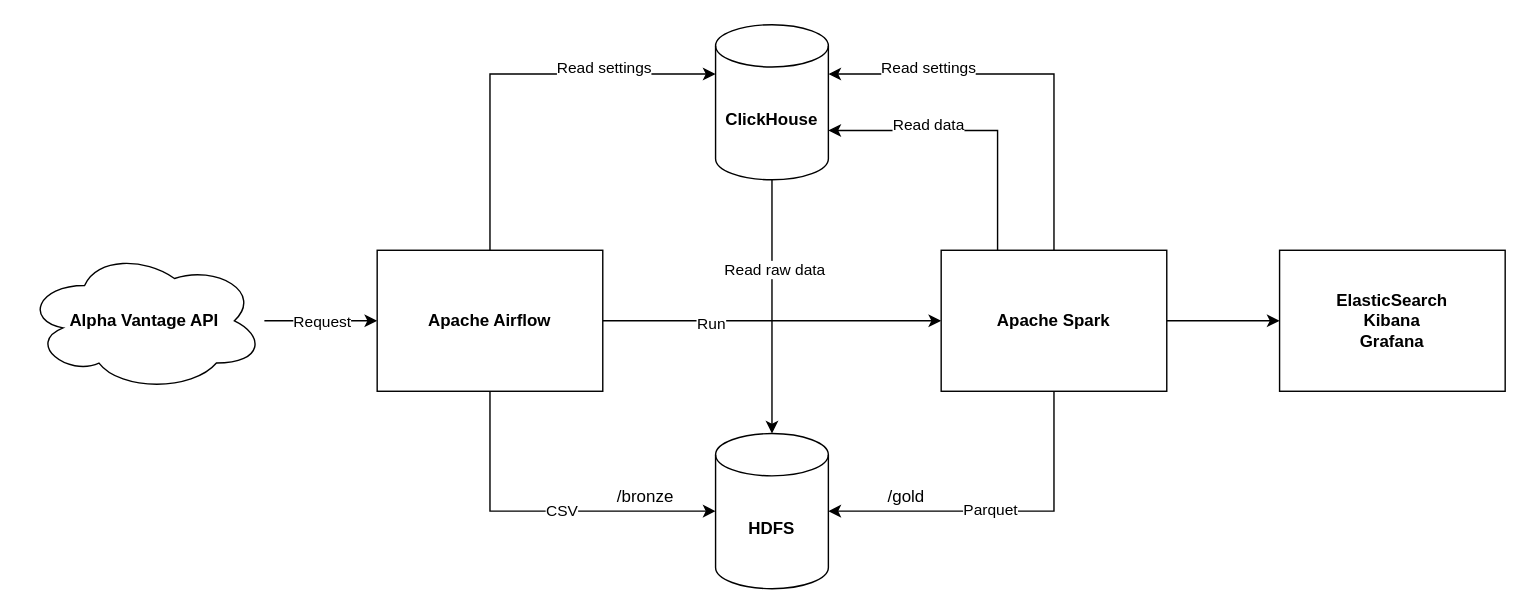
data-engineer-course/stocash keeps this draw.io diagram as docs/diagram.drawio. Above is the earlier version. Source tidied: cells renumbered, new cells numbered last; positions are measured from the earlier drawing's top-left corner, leaving out a move shared by most shapes. Both pictures are drawn from the tidied source at 141%, with x=0, y=0 at pixel (24, 24).
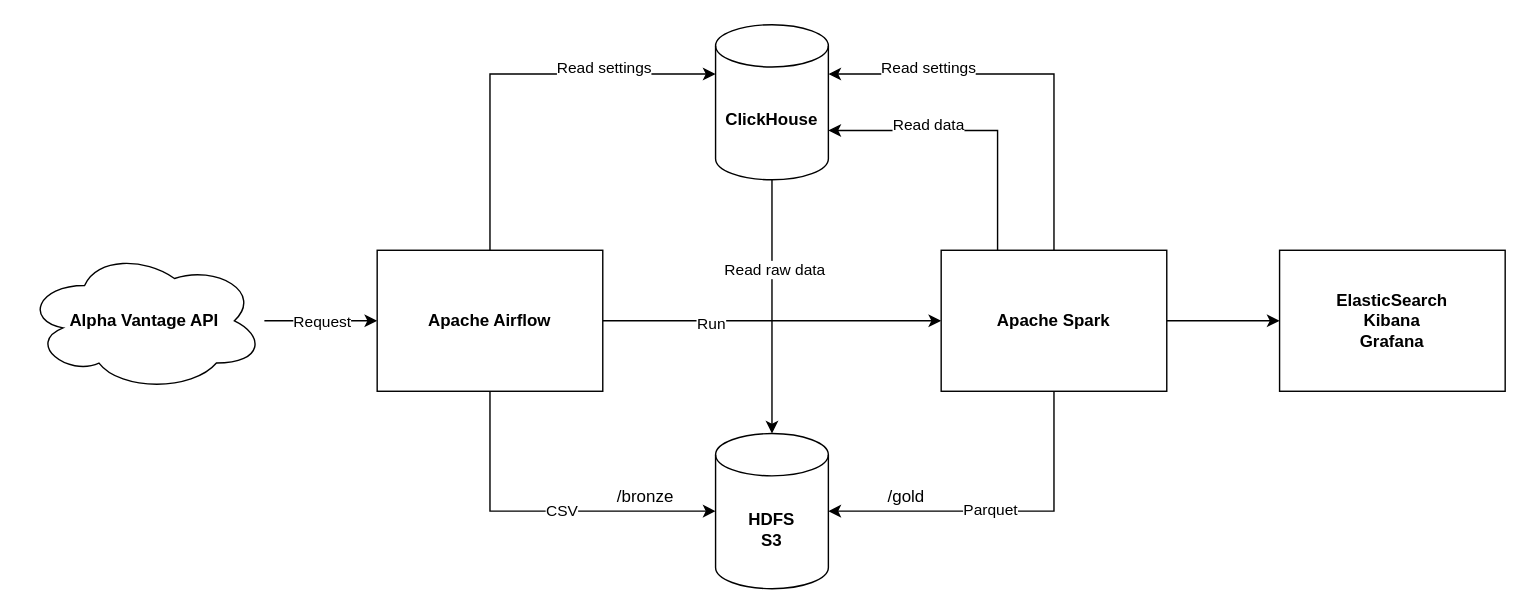
The same page after the edit.

The edit, as a diff of the source:
```diff
@@
-    <mxCell id="21" value="HDFS" style="shape=cylinder3;whiteSpace=wrap;html=1;boundedLbl=1;backgroundOutline=1;size=15;fontStyle=1;" parent="1" vertex="1">
+    <mxCell id="21" value="HDFS&lt;br&gt;S3" style="shape=cylinder3;whiteSpace=wrap;html=1;boundedLbl=1;backgroundOutline=1;size=15;fontStyle=1;" parent="1" vertex="1">
       <mxGeometry x="490" y="290" width="80" height="110" as="geometry" />
     </mxCell>
```
